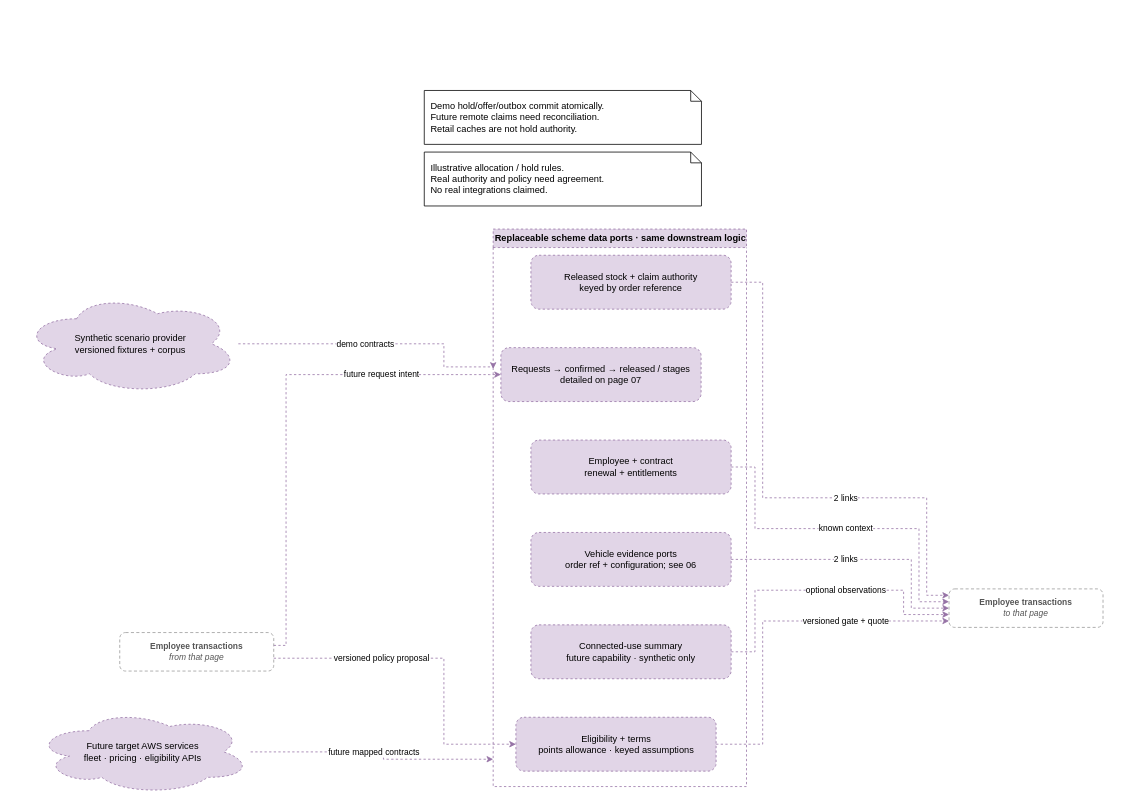
garyscarter-ibm/vehicle-matcher keeps this draw.io diagram as page "Employee data adapters" (5 of 15) of docs/design/high-level-design.drawio. Above is the earlier version. Source tidied: cells renumbered, new cells numbered last; positions are measured from the earlier drawing's top-left corner, leaving out a move shared by most shapes. Both pictures are drawn from the tidied source at 77%, with x=0, y=0 at pixel (22, 90).
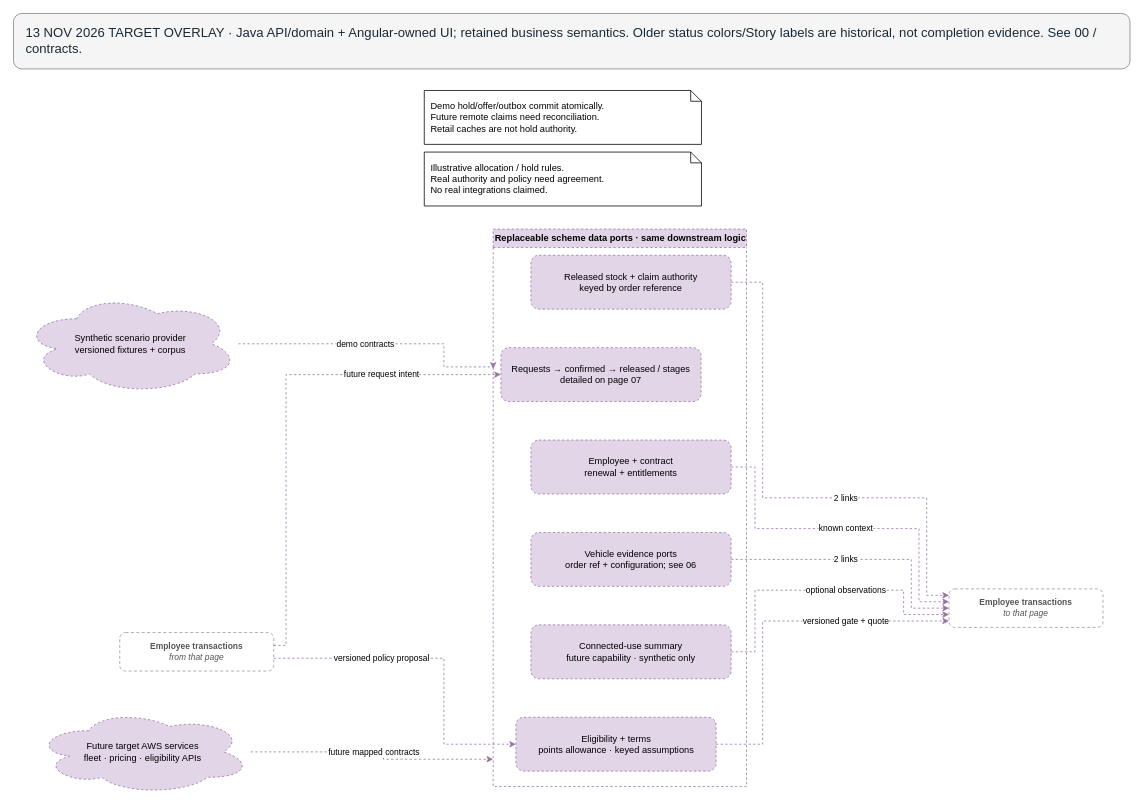
Above is the later version.

Diff of the diagram source:
```diff
@@
+    <mxCell id="24" value="13 NOV 2026 TARGET OVERLAY · Java API/domain + Angular-owned UI; retained business semantics. Older status colors/Story labels are historical, not completion evidence. See 00 / contracts." style="rounded=1;whiteSpace=wrap;html=1;fillColor=#f5f5f5;strokeColor=#808080;fontColor=#172a3a;align=left;verticalAlign=middle;spacing=16;fontSize=17;" parent="1" vertex="1">
+      <mxGeometry x="-12" y="-100" width="1450" height="72" as="geometry" />
+    </mxCell>
```
